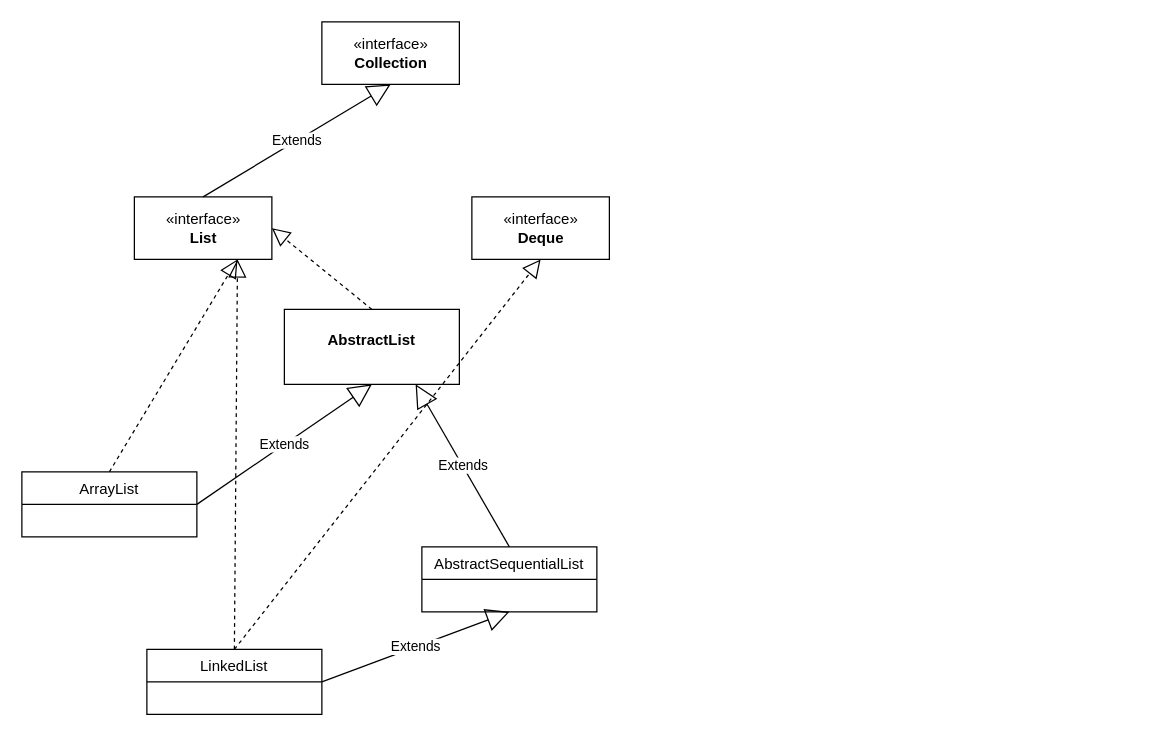
Before: uml/collecions.drawio in andre-s-nascimento/java-collections, a draw.io diagram. Source tidied: cells renumbered, new cells numbered last; positions are measured from the earlier drawing's top-left corner, leaving out a move shared by most shapes. Both pictures are drawn from the tidied source at 125%, with x=0, y=0 at pixel (21, 21).
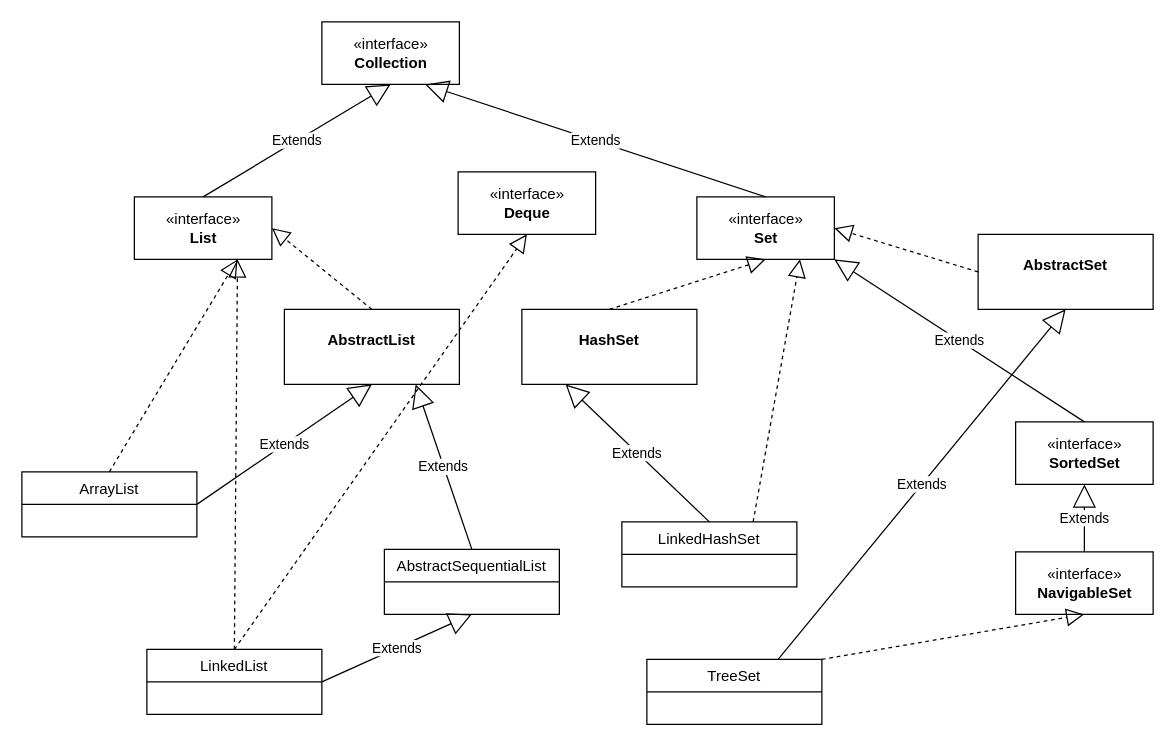
The same diagram, later.

The change refers to these unchanged cells:
```xml
<mxCell id="2" value="«interface»&lt;br&gt;&lt;b&gt;Collection&lt;br&gt;&lt;/b&gt;" style="html=1;" parent="1" vertex="1">
  <mxGeometry x="240" width="110" height="50" as="geometry" />
</mxCell>
```

The edit, as a diff of the source:
```diff
@@
     <mxCell id="10" value="AbstractSequentialList" style="swimlane;fontStyle=0;horizontal=1;startSize=26;fillColor=none;" parent="1" vertex="1">
-      <mxGeometry x="320" y="420" width="140" height="52" as="geometry" />
+      <mxGeometry x="290" y="422" width="140" height="52" as="geometry" />
     </mxCell>
@@
     <mxCell id="14" value="«interface»&lt;br&gt;&lt;b&gt;Deque&lt;/b&gt;" style="html=1;" parent="1" vertex="1">
-      <mxGeometry x="360" y="140" width="110" height="50" as="geometry" />
+      <mxGeometry x="349" y="120" width="110" height="50" as="geometry" />
     </mxCell>
@@
+    <mxCell id="17" value="«interface»&lt;br&gt;&lt;b&gt;Set&lt;/b&gt;" style="html=1;" parent="1" vertex="1">
+      <mxGeometry x="540" y="140" width="110" height="50" as="geometry" />
+    </mxCell>
+    <mxCell id="18" value="Extends" style="endArrow=block;endSize=16;endFill=0;html=1;exitX=0.5;exitY=0;exitDx=0;exitDy=0;entryX=0.75;entryY=1;entryDx=0;entryDy=0;" parent="1" edge="1" source="17" target="2">
+      <mxGeometry relative="1" as="geometry" />
+    </mxCell>
+    <mxCell id="19" value="&lt;p style=&quot;margin:0px;margin-top:4px;text-align:center;&quot;&gt;&lt;br&gt;&lt;b&gt;HashSet&lt;/b&gt;&lt;/p&gt;" style="verticalAlign=top;align=left;overflow=fill;fontSize=12;fontFamily=Helvetica;html=1;" parent="1" vertex="1">
+      <mxGeometry x="400" y="230" width="140" height="60" as="geometry" />
+    </mxCell>
+    <mxCell id="20" style="endArrow=block;dashed=1;endFill=0;endSize=12;html=1;exitX=0.5;exitY=0;exitDx=0;exitDy=0;entryX=0.5;entryY=1;entryDx=0;entryDy=0;" parent="1" edge="1" source="19" target="17">
+      <mxGeometry relative="1" as="geometry" />
+    </mxCell>
+    <mxCell id="21" value="LinkedHashSet" style="swimlane;fontStyle=0;horizontal=1;startSize=26;fillColor=none;" parent="1" vertex="1">
+      <mxGeometry x="480" y="400" width="140" height="52" as="geometry" />
+    </mxCell>
+    <mxCell id="22" value="Extends" style="endArrow=block;endSize=16;endFill=0;html=1;exitX=0.5;exitY=0;exitDx=0;exitDy=0;entryX=0.25;entryY=1;entryDx=0;entryDy=0;" parent="1" edge="1" source="21" target="19">
+      <mxGeometry relative="1" as="geometry" />
+    </mxCell>
+    <mxCell id="23" style="endArrow=block;dashed=1;endFill=0;endSize=12;html=1;entryX=0.75;entryY=1;entryDx=0;entryDy=0;exitX=0.75;exitY=0;exitDx=0;exitDy=0;" parent="1" edge="1" source="21" target="17">
+      <mxGeometry relative="1" as="geometry" />
+    </mxCell>
+    <mxCell id="24" value="&lt;p style=&quot;margin:0px;margin-top:4px;text-align:center;&quot;&gt;&lt;br&gt;&lt;b&gt;AbstractSet&lt;/b&gt;&lt;/p&gt;" style="verticalAlign=top;align=left;overflow=fill;fontSize=12;fontFamily=Helvetica;html=1;" parent="1" vertex="1">
+      <mxGeometry x="765" y="170" width="140" height="60" as="geometry" />
+    </mxCell>
+    <mxCell id="25" value="TreeSet" style="swimlane;fontStyle=0;horizontal=1;startSize=26;fillColor=none;" parent="1" vertex="1">
+      <mxGeometry x="500" y="510" width="140" height="52" as="geometry" />
+    </mxCell>
+    <mxCell id="26" value="Extends" style="endArrow=block;endSize=16;endFill=0;html=1;exitX=0.75;exitY=0;exitDx=0;exitDy=0;entryX=0.5;entryY=1;entryDx=0;entryDy=0;" parent="1" edge="1" source="25" target="24">
+      <mxGeometry relative="1" as="geometry" />
+    </mxCell>
+    <mxCell id="27" value="«interface»&lt;br&gt;&lt;b&gt;NavigableSet&lt;/b&gt;" style="html=1;" parent="1" vertex="1">
+      <mxGeometry x="795" y="424" width="110" height="50" as="geometry" />
+    </mxCell>
+    <mxCell id="28" style="endArrow=block;dashed=1;endFill=0;endSize=12;html=1;entryX=0.5;entryY=1;entryDx=0;entryDy=0;exitX=1;exitY=0;exitDx=0;exitDy=0;" parent="1" edge="1" source="25" target="27">
+      <mxGeometry relative="1" as="geometry" />
+    </mxCell>
+    <mxCell id="29" value="«interface»&lt;br&gt;&lt;b&gt;SortedSet&lt;/b&gt;" style="html=1;" parent="1" vertex="1">
+      <mxGeometry x="795" y="320" width="110" height="50" as="geometry" />
+    </mxCell>
+    <mxCell id="30" value="Extends" style="endArrow=block;endSize=16;endFill=0;html=1;exitX=0.5;exitY=0;exitDx=0;exitDy=0;entryX=0.5;entryY=1;entryDx=0;entryDy=0;" parent="1" edge="1" source="27" target="29">
+      <mxGeometry relative="1" as="geometry" />
+    </mxCell>
+    <mxCell id="31" value="Extends" style="endArrow=block;endSize=16;endFill=0;html=1;exitX=0.5;exitY=0;exitDx=0;exitDy=0;entryX=1;entryY=1;entryDx=0;entryDy=0;" parent="1" edge="1" source="29" target="17">
+      <mxGeometry relative="1" as="geometry" />
+    </mxCell>
+    <mxCell id="32" style="endArrow=block;dashed=1;endFill=0;endSize=12;html=1;exitX=0;exitY=0.5;exitDx=0;exitDy=0;entryX=1;entryY=0.5;entryDx=0;entryDy=0;" parent="1" edge="1" source="24" target="17">
+      <mxGeometry relative="1" as="geometry" />
+    </mxCell>
```
